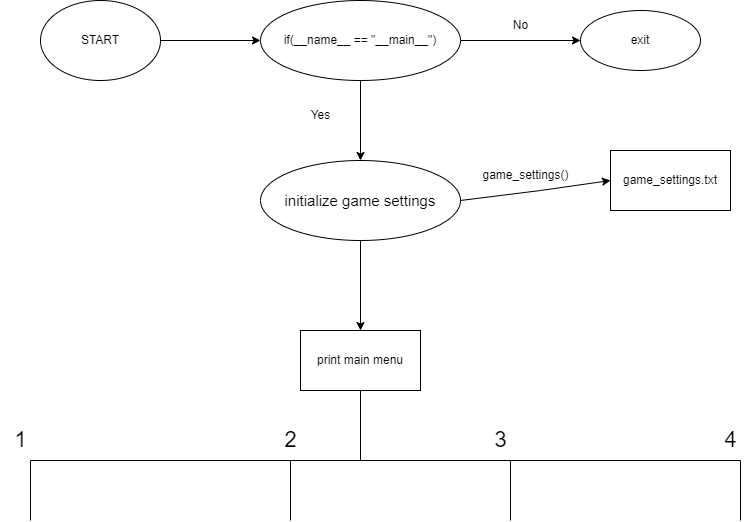
Above: hangman.drawio.png in gatariee/PSEC-Hangman (draw.io), before the change. Source tidied: cells renumbered, new cells last; positions are measured from the earlier drawing's top-left corner, leaving out a move shared by most shapes.
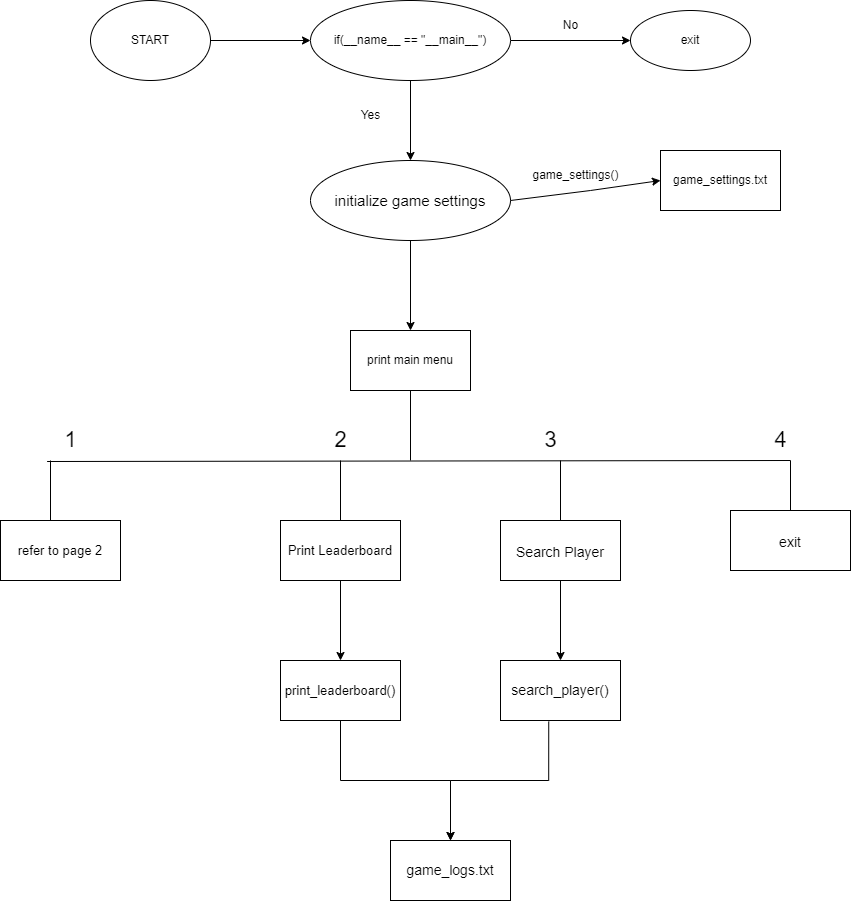
After the commit.

The edit, as a diff of the source:
```diff
@@ -57,16 +57,15 @@
         <mxPoint x="360" y="460" as="sourcePoint" />
       </mxGeometry>
     </mxCell>
-    <mxCell id="17" style="endArrow=none;html=1;rounded=0;" parent="1" edge="1">
+    <mxCell id="17" style="endArrow=none;html=1;rounded=0;exitX=-0.085;exitY=1.025;exitDx=0;exitDy=0;exitPerimeter=0;" parent="1" edge="1" source="23">
       <mxGeometry relative="1" as="geometry">
-        <mxPoint x="30" y="460" as="sourcePoint" />
         <mxPoint x="740" y="460" as="targetPoint" />
       </mxGeometry>
     </mxCell>
     <mxCell id="18" style="endArrow=none;html=1;rounded=0;" parent="1" edge="1">
       <mxGeometry relative="1" as="geometry">
-        <mxPoint x="30" y="520" as="sourcePoint" />
-        <mxPoint x="30" y="460" as="targetPoint" />
+        <mxPoint y="520" as="sourcePoint" />
+        <mxPoint y="460" as="targetPoint" />
       </mxGeometry>
     </mxCell>
     <mxCell id="19" style="endArrow=none;html=1;rounded=0;" parent="1" edge="1">
@@ -99,5 +98,40 @@
     <mxCell id="25" value="&lt;font style=&quot;font-size: 22px;&quot;&gt;4&lt;br&gt;&lt;/font&gt;" style="text;html=1;align=center;verticalAlign=middle;strokeColor=none;fillColor=none;fontSize=15;" parent="1" vertex="1">
       <mxGeometry x="710" y="420" width="40" height="40" as="geometry" />
     </mxCell>
+    <mxCell id="26" value="&lt;font style=&quot;font-size: 14px;&quot;&gt;exit&lt;/font&gt;" style="whiteSpace=wrap;html=1;fontSize=22;" parent="1" vertex="1">
+      <mxGeometry x="680" y="510" width="120" height="60" as="geometry" />
+    </mxCell>
+    <mxCell id="27" style="edgeStyle=orthogonalEdgeStyle;rounded=0;jettySize=auto;html=1;fontSize=14;" parent="1" edge="1" source="28">
+      <mxGeometry relative="1" as="geometry">
+        <mxPoint x="510" y="660" as="targetPoint" />
+      </mxGeometry>
+    </mxCell>
+    <mxCell id="28" value="&lt;font style=&quot;font-size: 14px;&quot;&gt;Search Player&lt;/font&gt;" style="whiteSpace=wrap;html=1;fontSize=22;" parent="1" vertex="1">
+      <mxGeometry x="450" y="520" width="120" height="60" as="geometry" />
+    </mxCell>
+    <mxCell id="29" value="search_player()" style="whiteSpace=wrap;html=1;fontSize=14;" parent="1" vertex="1">
+      <mxGeometry x="450" y="660" width="120" height="60" as="geometry" />
+    </mxCell>
+    <mxCell id="30" style="edgeStyle=orthogonalEdgeStyle;rounded=0;jettySize=auto;html=1;fontSize=13;" parent="1" edge="1" source="31" target="33">
+      <mxGeometry relative="1" as="geometry" />
+    </mxCell>
+    <mxCell id="31" value="&lt;font style=&quot;font-size: 13px;&quot;&gt;Print Leaderboard&lt;/font&gt;" style="whiteSpace=wrap;html=1;fontSize=14;" parent="1" vertex="1">
+      <mxGeometry x="230" y="520" width="120" height="60" as="geometry" />
+    </mxCell>
+    <mxCell id="32" style="edgeStyle=orthogonalEdgeStyle;rounded=0;jettySize=auto;html=1;fontSize=13;" parent="1" edge="1" source="33" target="34">
+      <mxGeometry relative="1" as="geometry" />
+    </mxCell>
+    <mxCell id="33" value="&lt;font style=&quot;font-size: 13px;&quot;&gt;print_leaderboard()&lt;/font&gt;" style="whiteSpace=wrap;html=1;fontSize=14;" parent="1" vertex="1">
+      <mxGeometry x="230" y="660" width="120" height="60" as="geometry" />
+    </mxCell>
+    <mxCell id="34" value="game_logs.txt" style="whiteSpace=wrap;html=1;fontSize=14;" parent="1" vertex="1">
+      <mxGeometry x="340" y="840" width="120" height="60" as="geometry" />
+    </mxCell>
+    <mxCell id="35" style="edgeStyle=orthogonalEdgeStyle;rounded=0;jettySize=auto;html=1;fontSize=13;exitX=0.402;exitY=1.017;exitDx=0;exitDy=0;exitPerimeter=0;entryX=0.5;entryY=0;entryDx=0;entryDy=0;" parent="1" edge="1" source="29" target="34">
+      <mxGeometry relative="1" as="geometry" />
+    </mxCell>
+    <mxCell id="36" value="refer to page 2" style="whiteSpace=wrap;html=1;fontSize=13;" parent="1" vertex="1">
+      <mxGeometry x="-50" y="520" width="120" height="60" as="geometry" />
+    </mxCell>
   </root>
 </mxGraphModel>
```
